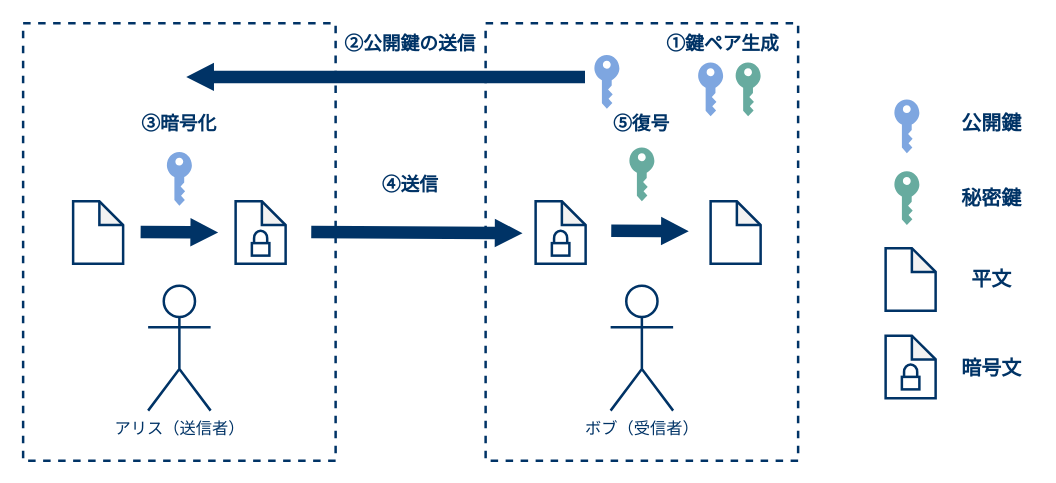
Above: img/5-pubkey.dio in akakou-doc/pubkey-crypto (draw.io), before the change. Source tidied: cells renumbered, new cells numbered last; positions are measured from the earlier drawing's top-left corner, leaving out a move shared by most shapes. Both pictures are drawn from the tidied source at 125%, with x=0, y=0 at pixel (22, 22).
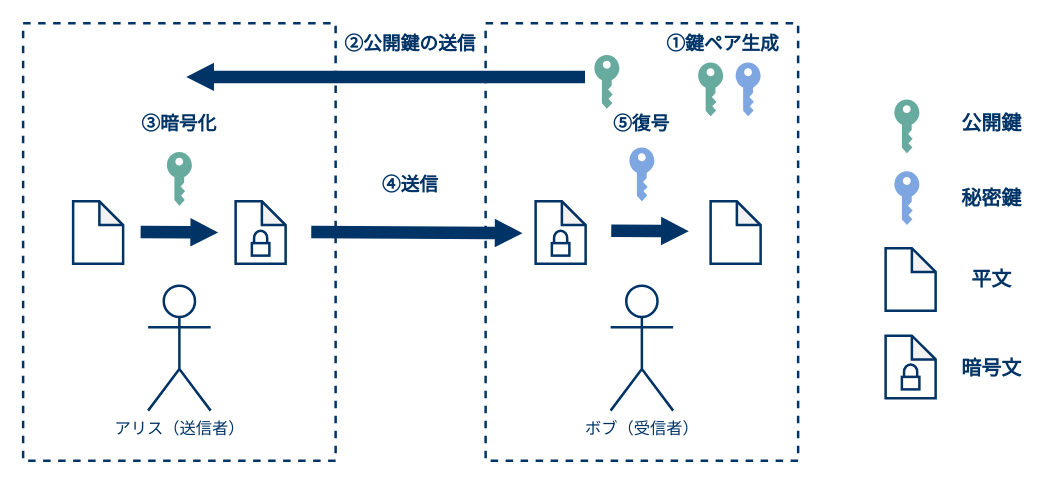
Above is the later version.

The edit, as a diff of the source:
```diff
@@
-    <mxCell id="8" style="shadow=0;dashed=0;html=1;strokeColor=none;labelPosition=center;verticalLabelPosition=bottom;verticalAlign=top;align=center;shape=mxgraph.office.security.key_permissions;fillColor=#7EA6E0;" parent="1" vertex="1">
+    <mxCell id="8" style="shadow=0;dashed=0;html=1;strokeColor=none;labelPosition=center;verticalLabelPosition=bottom;verticalAlign=top;align=center;shape=mxgraph.office.security.key_permissions;fillColor=#67AB9F;" parent="1" vertex="1">
       <mxGeometry x="115" y="103" width="20" height="43" as="geometry" />
     </mxCell>
-    <mxCell id="9" style="shadow=0;dashed=0;html=1;strokeColor=none;labelPosition=center;verticalLabelPosition=bottom;verticalAlign=top;align=center;shape=mxgraph.office.security.key_permissions;fillColor=#67AB9F;" parent="1" vertex="1">
+    <mxCell id="9" style="shadow=0;dashed=0;html=1;strokeColor=none;labelPosition=center;verticalLabelPosition=bottom;verticalAlign=top;align=center;shape=mxgraph.office.security.key_permissions;fillColor=#7EA6E0;" parent="1" vertex="1">
       <mxGeometry x="485" y="99.5" width="20" height="43" as="geometry" />
     </mxCell>
@@
-    <mxCell id="23" style="shadow=0;dashed=0;html=1;strokeColor=none;labelPosition=center;verticalLabelPosition=bottom;verticalAlign=top;align=center;shape=mxgraph.office.security.key_permissions;fillColor=#7EA6E0;" parent="1" vertex="1">
+    <mxCell id="23" style="shadow=0;dashed=0;html=1;strokeColor=none;labelPosition=center;verticalLabelPosition=bottom;verticalAlign=top;align=center;shape=mxgraph.office.security.key_permissions;fillColor=#67AB9F;" parent="1" vertex="1">
       <mxGeometry x="697" y="61" width="20" height="43" as="geometry" />
     </mxCell>
@@
-    <mxCell id="28" style="shadow=0;dashed=0;html=1;strokeColor=none;labelPosition=center;verticalLabelPosition=bottom;verticalAlign=top;align=center;shape=mxgraph.office.security.key_permissions;fillColor=#7EA6E0;" parent="1" vertex="1">
+    <mxCell id="28" style="shadow=0;dashed=0;html=1;strokeColor=none;labelPosition=center;verticalLabelPosition=bottom;verticalAlign=top;align=center;shape=mxgraph.office.security.key_permissions;fillColor=#67AB9F;" parent="1" vertex="1">
       <mxGeometry x="457" y="25.5" width="20" height="43" as="geometry" />
     </mxCell>
@@
-    <mxCell id="30" style="shadow=0;dashed=0;html=1;strokeColor=none;labelPosition=center;verticalLabelPosition=bottom;verticalAlign=top;align=center;shape=mxgraph.office.security.key_permissions;fillColor=#7EA6E0;" parent="1" vertex="1">
+    <mxCell id="30" style="shadow=0;dashed=0;html=1;strokeColor=none;labelPosition=center;verticalLabelPosition=bottom;verticalAlign=top;align=center;shape=mxgraph.office.security.key_permissions;fillColor=#67AB9F;" parent="1" vertex="1">
       <mxGeometry x="540" y="31.5" width="20" height="43" as="geometry" />
     </mxCell>
-    <mxCell id="31" style="shadow=0;dashed=0;html=1;strokeColor=none;labelPosition=center;verticalLabelPosition=bottom;verticalAlign=top;align=center;shape=mxgraph.office.security.key_permissions;fillColor=#67AB9F;" parent="1" vertex="1">
+    <mxCell id="31" style="shadow=0;dashed=0;html=1;strokeColor=none;labelPosition=center;verticalLabelPosition=bottom;verticalAlign=top;align=center;shape=mxgraph.office.security.key_permissions;fillColor=#7EA6E0;" parent="1" vertex="1">
       <mxGeometry x="570" y="31.5" width="20" height="43" as="geometry" />
     </mxCell>
-    <mxCell id="32" style="shadow=0;dashed=0;html=1;strokeColor=none;labelPosition=center;verticalLabelPosition=bottom;verticalAlign=top;align=center;shape=mxgraph.office.security.key_permissions;fillColor=#67AB9F;" parent="1" vertex="1">
+    <mxCell id="32" style="shadow=0;dashed=0;html=1;strokeColor=none;labelPosition=center;verticalLabelPosition=bottom;verticalAlign=top;align=center;shape=mxgraph.office.security.key_permissions;fillColor=#7EA6E0;" parent="1" vertex="1">
       <mxGeometry x="697" y="118.5" width="20" height="43" as="geometry" />
     </mxCell>
```
